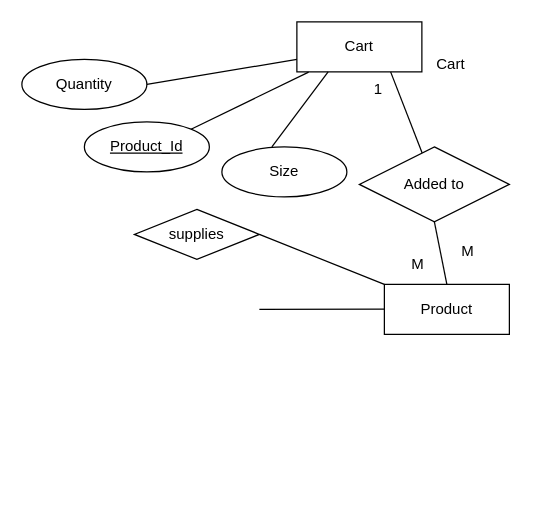
GitFather47/SmartKroy-Online-Shopping-App keeps this draw.io diagram as Untitled Diagram.drawio. Above is the earlier version. Source tidied: cells renumbered, new cells numbered last; positions are measured from the earlier drawing's top-left corner, leaving out a move shared by most shapes. Both pictures are drawn from the tidied source at 125%, with x=0, y=0 at pixel (21, 21).
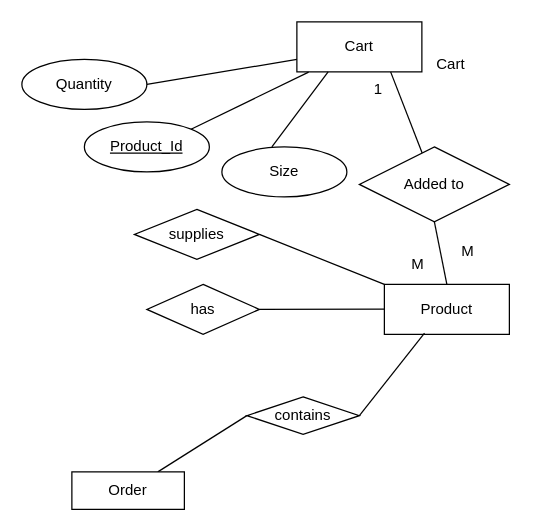
After the change.

Unchanged cells that the change refers to:
```xml
<mxCell id="16" value="Product" style="whiteSpace=wrap;html=1;align=center;" parent="1" vertex="1">
  <mxGeometry x="290" y="210" width="100" height="40" as="geometry" />
</mxCell>
```

What changed in the source:
```diff
@@
+    <mxCell id="20" value="has" style="shape=rhombus;perimeter=rhombusPerimeter;whiteSpace=wrap;html=1;align=center;" parent="1" vertex="1">
+      <mxGeometry x="100" y="210" width="90" height="40" as="geometry" />
+    </mxCell>
+    <mxCell id="21" value="contains" style="shape=rhombus;perimeter=rhombusPerimeter;whiteSpace=wrap;html=1;align=center;" parent="1" vertex="1">
+      <mxGeometry x="180" y="300" width="90" height="30" as="geometry" />
+    </mxCell>
+    <mxCell id="22" style="endArrow=none;html=1;rounded=0;exitX=1;exitY=0.5;exitDx=0;exitDy=0;entryX=0.321;entryY=0.977;entryDx=0;entryDy=0;entryPerimeter=0;" parent="1" edge="1" source="21" target="16">
+      <mxGeometry relative="1" as="geometry" />
+    </mxCell>
+    <mxCell id="23" style="endArrow=none;html=1;rounded=0;exitX=0;exitY=0.5;exitDx=0;exitDy=0;" parent="1" edge="1" source="21" target="24">
+      <mxGeometry relative="1" as="geometry" />
+    </mxCell>
+    <mxCell id="24" value="Order" style="whiteSpace=wrap;html=1;align=center;" parent="1" vertex="1">
+      <mxGeometry x="40" y="360" width="90" height="30" as="geometry" />
+    </mxCell>
```
